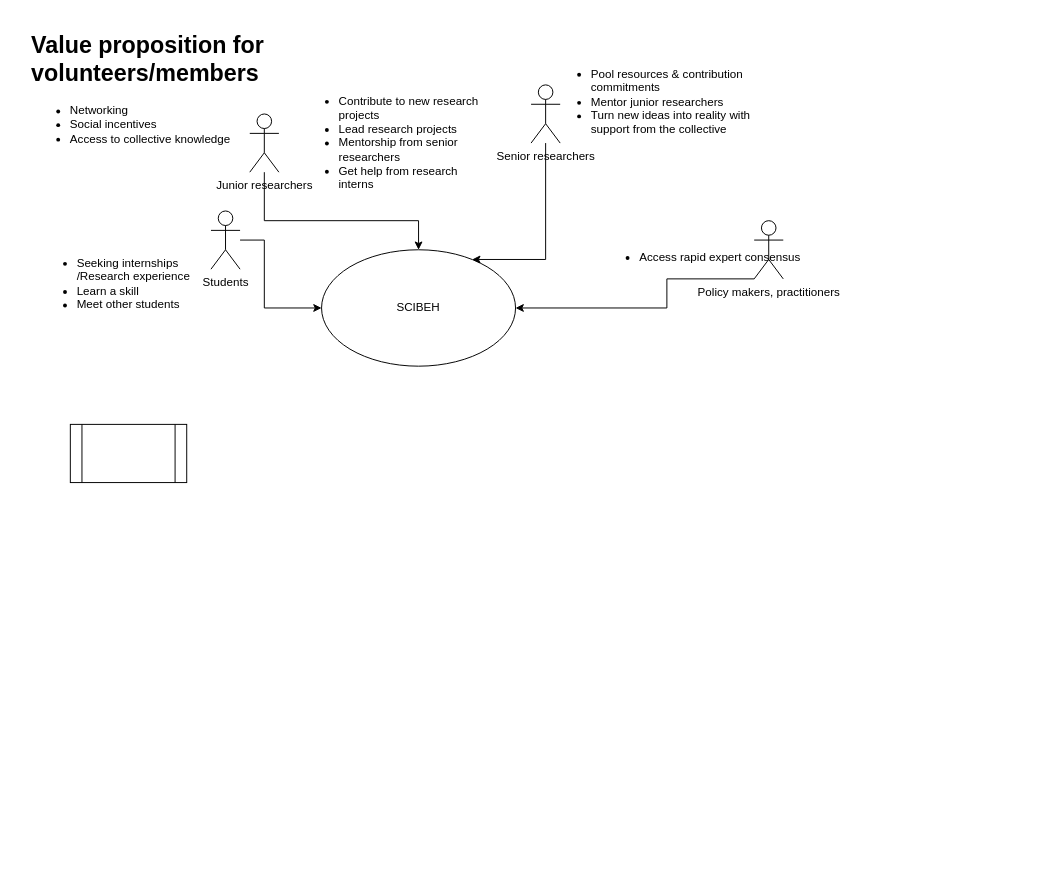
Above: SciBeh_roadmap.drawio in scibeh/publicengagement (draw.io), before the change. Source tidied: cells renumbered, new cells numbered last; positions are measured from the earlier drawing's top-left corner, leaving out a move shared by most shapes. Both pictures are drawn from the tidied source at 97%, with x=0, y=0 at pixel (26, 26).
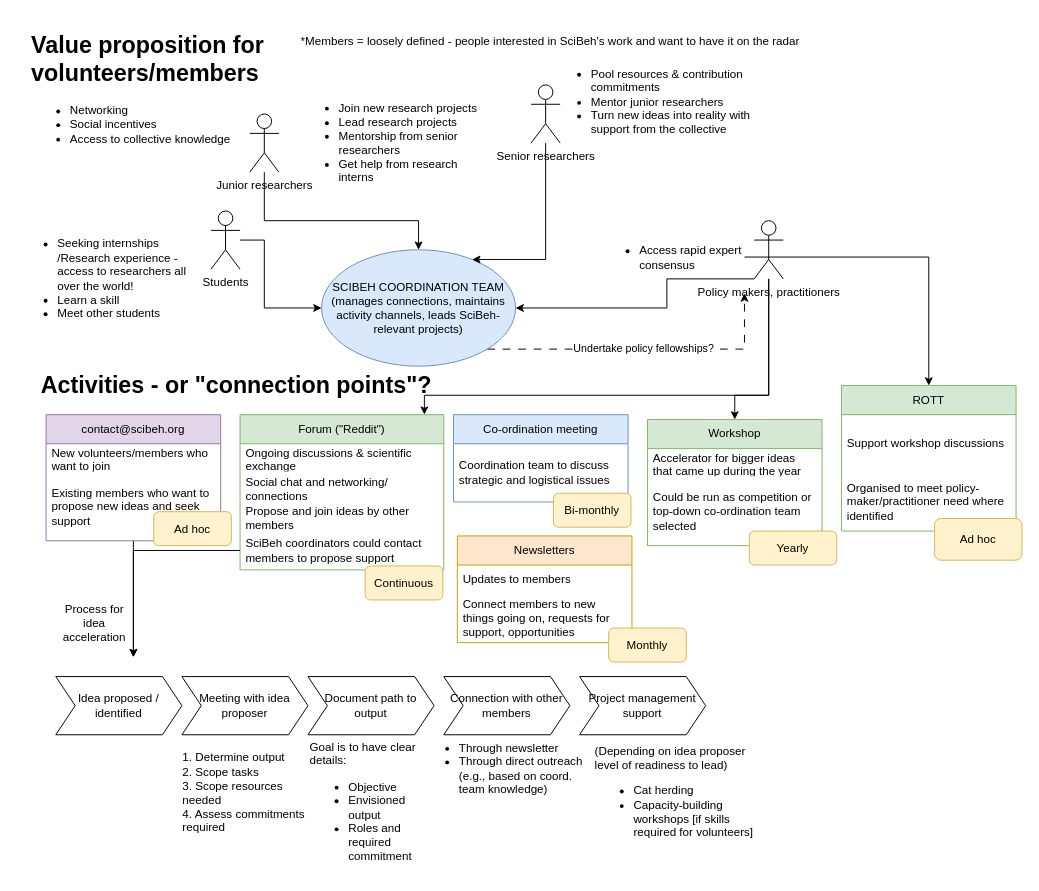
After the change.

Unchanged cells that the change refers to:
```xml
<mxCell id="14" value="Policy makers, practitioners" style="shape=umlActor;verticalLabelPosition=bottom;verticalAlign=top;html=1;outlineConnect=0;" parent="1" vertex="1">
  <mxGeometry x="750" y="200" width="30" height="60" as="geometry" />
</mxCell>
```

What changed in the source:
```diff
@@
+    <mxCell id="17" value="Undertake policy fellowships?" style="edgeStyle=orthogonalEdgeStyle;rounded=0;jettySize=auto;html=1;exitX=1;exitY=1;exitDx=0;exitDy=0;entryX=1;entryY=1;entryDx=0;entryDy=0;dashed=1;dashPattern=8 8;" parent="1" edge="1" source="2" target="15">
+      <mxGeometry relative="1" as="geometry" />
+    </mxCell>
-    <mxCell id="2" value="SCIBEH" style="ellipse;whiteSpace=wrap;html=1;" parent="1" vertex="1">
+    <mxCell id="2" value="SCIBEH COORDINATION TEAM (manages connections, maintains activity channels, leads SciBeh-relevant projects)" style="ellipse;whiteSpace=wrap;html=1;fillColor=#dae8fc;strokeColor=#6c8ebf;" parent="1" vertex="1">
       <mxGeometry x="304" y="230" width="200" height="120" as="geometry" />
     </mxCell>
@@
-    <mxCell id="5" value="&lt;ul&gt;&lt;li&gt;Seeking internships /Research experience&lt;/li&gt;&lt;li&gt;Learn a skill&lt;/li&gt;&lt;li&gt;Meet other students&lt;br&gt;&lt;/li&gt;&lt;/ul&gt;" style="text;html=1;strokeColor=none;fillColor=none;align=left;verticalAlign=middle;whiteSpace=wrap;rounded=0;" parent="1" vertex="1">
-      <mxGeometry x="10" y="220" width="190" height="90" as="geometry" />
+    <mxCell id="5" value="&lt;ul&gt;&lt;li&gt;Seeking internships /Research experience - access to researchers all over the world!&lt;br&gt;&lt;/li&gt;&lt;li&gt;Learn a skill&lt;/li&gt;&lt;li&gt;Meet other students&lt;br&gt;&lt;/li&gt;&lt;/ul&gt;" style="text;html=1;strokeColor=none;fillColor=none;align=left;verticalAlign=middle;whiteSpace=wrap;rounded=0;" parent="1" vertex="1">
+      <mxGeometry x="-10" y="210" width="190" height="100" as="geometry" />
     </mxCell>
@@
-    <mxCell id="10" value="&lt;ul&gt;&lt;li&gt;Contribute to new research projects&lt;/li&gt;&lt;li&gt;Lead research projects&lt;/li&gt;&lt;li&gt;Mentorship from senior researchers&lt;br&gt;&lt;/li&gt;&lt;li&gt;Get help from research interns&lt;br&gt;&lt;/li&gt;&lt;/ul&gt;" style="text;html=1;strokeColor=none;fillColor=none;align=left;verticalAlign=middle;whiteSpace=wrap;rounded=0;" parent="1" vertex="1">
+    <mxCell id="10" value="&lt;ul&gt;&lt;li&gt;Join new research projects&lt;br&gt;&lt;/li&gt;&lt;li&gt;Lead research projects&lt;/li&gt;&lt;li&gt;Mentorship from senior researchers&lt;br&gt;&lt;/li&gt;&lt;li&gt;Get help from research interns&lt;br&gt;&lt;/li&gt;&lt;/ul&gt;" style="text;html=1;strokeColor=none;fillColor=none;align=left;verticalAlign=middle;whiteSpace=wrap;rounded=0;" parent="1" vertex="1">
       <mxGeometry x="280" y="75" width="200" height="90" as="geometry" />
     </mxCell>
     <mxCell id="11" value="&lt;h1&gt;Value proposition for volunteers/members&lt;/h1&gt;&lt;div&gt;&lt;ul&gt;&lt;li&gt;Networking&lt;/li&gt;&lt;li&gt;Social incentives&lt;/li&gt;&lt;li&gt;Access to collective knowledge&lt;br&gt;&lt;/li&gt;&lt;/ul&gt;&lt;/div&gt;" style="text;html=1;strokeColor=none;fillColor=none;spacing=5;spacingTop=-20;whiteSpace=wrap;overflow=hidden;rounded=0;" parent="1" vertex="1">
-      <mxGeometry width="290" height="140" as="geometry" />
+      <mxGeometry width="290" height="130" as="geometry" />
     </mxCell>
@@
+    <mxCell id="18" style="edgeStyle=orthogonalEdgeStyle;rounded=0;jettySize=auto;html=1;" parent="1" edge="1" source="14" target="33">
+      <mxGeometry relative="1" as="geometry">
+        <Array as="points">
+          <mxPoint x="765" y="380" />
+          <mxPoint x="410" y="380" />
+        </Array>
+      </mxGeometry>
+    </mxCell>
@@
+    <mxCell id="19" style="edgeStyle=orthogonalEdgeStyle;rounded=0;jettySize=auto;html=1;entryX=0.5;entryY=0;entryDx=0;entryDy=0;" parent="1" edge="1" source="15" target="49">
+      <mxGeometry relative="1" as="geometry" />
+    </mxCell>
+    <mxCell id="20" style="edgeStyle=orthogonalEdgeStyle;rounded=0;jettySize=auto;html=1;entryX=0.5;entryY=0;entryDx=0;entryDy=0;" parent="1" edge="1" source="14" target="30">
+      <mxGeometry relative="1" as="geometry">
+        <Array as="points">
+          <mxPoint x="765" y="380" />
+          <mxPoint x="730" y="380" />
+        </Array>
+      </mxGeometry>
+    </mxCell>
     <mxCell id="15" value="&lt;ul&gt;&lt;li&gt;Access rapid expert consensus&lt;/li&gt;&lt;/ul&gt;" style="text;html=1;strokeColor=none;fillColor=none;align=left;verticalAlign=middle;whiteSpace=wrap;rounded=0;" parent="1" vertex="1">
-      <mxGeometry x="590" y="200" width="210" height="75" as="geometry" />
+      <mxGeometry x="590" y="200" width="150" height="75" as="geometry" />
     </mxCell>
-    <mxCell id="16" style="shape=process;whiteSpace=wrap;html=1;backgroundOutline=1;" parent="1" vertex="1">
-      <mxGeometry x="45" y="410" width="120" height="60" as="geometry" />
-    </mxCell>
+    <mxCell id="21" value="&lt;h1&gt;Activities - or &quot;connection points&quot;?&lt;br&gt;&lt;/h1&gt;" style="text;html=1;strokeColor=none;fillColor=none;spacing=5;spacingTop=-20;whiteSpace=wrap;overflow=hidden;rounded=0;" parent="1" vertex="1">
+      <mxGeometry x="10" y="350" width="470" height="40" as="geometry" />
+    </mxCell>
+    <mxCell id="22" style="edgeStyle=orthogonalEdgeStyle;rounded=0;jettySize=auto;html=1;" parent="1" edge="1" source="23">
+      <mxGeometry relative="1" as="geometry">
+        <mxPoint x="110" y="650" as="targetPoint" />
+      </mxGeometry>
+    </mxCell>
+    <mxCell id="23" value="contact@scibeh.org" style="swimlane;fontStyle=0;horizontal=1;startSize=30;whiteSpace=wrap;html=1;fillColor=#e1d5e7;strokeColor=#9673a6;" parent="1" vertex="1">
+      <mxGeometry x="20" y="400" width="180" height="130" as="geometry" />
+    </mxCell>
+    <mxCell id="24" value="New volunteers/members who want to join" style="text;strokeColor=none;fillColor=none;align=left;verticalAlign=middle;spacingLeft=4;spacingRight=4;overflow=hidden;whiteSpace=wrap;html=1;" parent="23" vertex="1">
+      <mxGeometry y="30" width="180" height="30" as="geometry" />
+    </mxCell>
+    <mxCell id="25" value="Existing members who want to propose new ideas and seek support" style="text;strokeColor=none;fillColor=none;align=left;verticalAlign=middle;spacingLeft=4;spacingRight=4;overflow=hidden;whiteSpace=wrap;html=1;" parent="23" vertex="1">
+      <mxGeometry y="60" width="180" height="70" as="geometry" />
+    </mxCell>
+    <mxCell id="26" value="Newsletters" style="swimlane;fontStyle=0;horizontal=1;startSize=30;whiteSpace=wrap;html=1;fillColor=#ffe6cc;strokeColor=#d79b00;" parent="1" vertex="1">
+      <mxGeometry x="444" y="525" width="180" height="110" as="geometry" />
+    </mxCell>
+    <mxCell id="27" value="Updates to members" style="text;strokeColor=none;fillColor=none;align=left;verticalAlign=middle;spacingLeft=4;spacingRight=4;overflow=hidden;whiteSpace=wrap;html=1;" parent="26" vertex="1">
+      <mxGeometry y="30" width="180" height="30" as="geometry" />
+    </mxCell>
+    <mxCell id="28" value="Connect members to new things going on, requests for support, opportunities" style="text;strokeColor=none;fillColor=none;align=left;verticalAlign=middle;spacingLeft=4;spacingRight=4;overflow=hidden;whiteSpace=wrap;html=1;" parent="26" vertex="1">
+      <mxGeometry y="60" width="180" height="50" as="geometry" />
+    </mxCell>
+    <mxCell id="29" value="*Members = loosely defined - people interested in SciBeh's work and want to have it on the radar" style="text;html=1;strokeColor=none;fillColor=none;align=center;verticalAlign=middle;whiteSpace=wrap;rounded=0;" parent="1" vertex="1">
+      <mxGeometry x="270" width="540" height="30" as="geometry" />
+    </mxCell>
+    <mxCell id="30" value="Workshop" style="swimlane;fontStyle=0;horizontal=1;startSize=30;whiteSpace=wrap;html=1;fillColor=#d5e8d4;strokeColor=#82b366;" parent="1" vertex="1">
+      <mxGeometry x="640" y="405" width="180" height="130" as="geometry" />
+    </mxCell>
+    <mxCell id="31" value="Accelerator for bigger ideas that came up during the year" style="text;strokeColor=none;fillColor=none;align=left;verticalAlign=middle;spacingLeft=4;spacingRight=4;overflow=hidden;whiteSpace=wrap;html=1;" parent="30" vertex="1">
+      <mxGeometry y="30" width="180" height="30" as="geometry" />
+    </mxCell>
+    <mxCell id="32" value="Could be run as competition or top-down co-ordination team selected" style="text;strokeColor=none;fillColor=none;align=left;verticalAlign=middle;spacingLeft=4;spacingRight=4;overflow=hidden;whiteSpace=wrap;html=1;" parent="30" vertex="1">
+      <mxGeometry y="60" width="180" height="70" as="geometry" />
+    </mxCell>
+    <mxCell id="33" value="Forum (&quot;Reddit&quot;)" style="swimlane;fontStyle=0;horizontal=1;startSize=30;whiteSpace=wrap;html=1;fillColor=#d5e8d4;strokeColor=#82b366;" parent="1" vertex="1">
+      <mxGeometry x="220" y="400" width="210" height="160" as="geometry" />
+    </mxCell>
+    <mxCell id="34" value="Ongoing discussions &amp;amp; scientific exchange" style="text;strokeColor=none;fillColor=none;align=left;verticalAlign=middle;spacingLeft=4;spacingRight=4;overflow=hidden;whiteSpace=wrap;html=1;" parent="33" vertex="1">
+      <mxGeometry y="30" width="210" height="30" as="geometry" />
+    </mxCell>
+    <mxCell id="35" value="Social chat and networking/ connections" style="text;strokeColor=none;fillColor=none;align=left;verticalAlign=middle;spacingLeft=4;spacingRight=4;overflow=hidden;whiteSpace=wrap;html=1;" parent="33" vertex="1">
+      <mxGeometry y="60" width="210" height="30" as="geometry" />
+    </mxCell>
+    <mxCell id="36" value="Propose and join ideas by other members" style="text;strokeColor=none;fillColor=none;align=left;verticalAlign=middle;spacingLeft=4;spacingRight=4;overflow=hidden;whiteSpace=wrap;html=1;" parent="33" vertex="1">
+      <mxGeometry y="90" width="210" height="30" as="geometry" />
+    </mxCell>
+    <mxCell id="37" style="edgeStyle=orthogonalEdgeStyle;rounded=0;jettySize=auto;html=1;exitX=0;exitY=0.5;exitDx=0;exitDy=0;" parent="33" edge="1" source="38">
+      <mxGeometry relative="1" as="geometry">
+        <mxPoint x="-110" y="250" as="targetPoint" />
+        <Array as="points">
+          <mxPoint x="-110" y="140" />
+        </Array>
+      </mxGeometry>
+    </mxCell>
+    <mxCell id="38" value="SciBeh coordinators could contact members to propose support" style="text;strokeColor=none;fillColor=none;align=left;verticalAlign=middle;spacingLeft=4;spacingRight=4;overflow=hidden;points=[[0,0.5],[1,0.5]];portConstraint=eastwest;whiteSpace=wrap;html=1;" parent="33" vertex="1">
+      <mxGeometry y="120" width="210" height="40" as="geometry" />
+    </mxCell>
+    <mxCell id="39" value="Ad hoc" style="rounded=1;whiteSpace=wrap;html=1;fillColor=#fff2cc;strokeColor=#d6b656;" parent="1" vertex="1">
+      <mxGeometry x="131" y="500" width="80" height="35" as="geometry" />
+    </mxCell>
+    <mxCell id="40" value="Monthly" style="rounded=1;whiteSpace=wrap;html=1;fillColor=#fff2cc;strokeColor=#d6b656;" parent="1" vertex="1">
+      <mxGeometry x="600" y="620" width="80" height="35" as="geometry" />
+    </mxCell>
+    <mxCell id="41" value="Continuous" style="rounded=1;whiteSpace=wrap;html=1;fillColor=#fff2cc;strokeColor=#d6b656;" parent="1" vertex="1">
+      <mxGeometry x="349" y="556" width="80" height="35" as="geometry" />
+    </mxCell>
+    <mxCell id="42" value="Co-ordination meeting" style="swimlane;fontStyle=0;horizontal=1;startSize=30;whiteSpace=wrap;html=1;fillColor=#dae8fc;strokeColor=#6c8ebf;" parent="1" vertex="1">
+      <mxGeometry x="440" y="400" width="180" height="90" as="geometry" />
+    </mxCell>
+    <mxCell id="43" value="Coordination team to discuss strategic and logistical issues" style="text;strokeColor=none;fillColor=none;align=left;verticalAlign=middle;spacingLeft=4;spacingRight=4;overflow=hidden;whiteSpace=wrap;html=1;" parent="42" vertex="1">
+      <mxGeometry y="30" width="180" height="60" as="geometry" />
+    </mxCell>
+    <mxCell id="44" value="Bi-monthly" style="rounded=1;whiteSpace=wrap;html=1;fillColor=#fff2cc;strokeColor=#d6b656;" parent="1" vertex="1">
+      <mxGeometry x="543" y="481" width="80" height="35" as="geometry" />
+    </mxCell>
+    <mxCell id="45" value="Idea proposed / identified" style="shape=step;perimeter=stepPerimeter;whiteSpace=wrap;html=1;fixedSize=1;" parent="1" vertex="1">
+      <mxGeometry x="30" y="670" width="130" height="60" as="geometry" />
+    </mxCell>
+    <mxCell id="46" value="Meeting with idea proposer" style="shape=step;perimeter=stepPerimeter;whiteSpace=wrap;html=1;fixedSize=1;" parent="1" vertex="1">
+      <mxGeometry x="160" y="670" width="130" height="60" as="geometry" />
+    </mxCell>
+    <mxCell id="47" value="Document path to output" style="shape=step;perimeter=stepPerimeter;whiteSpace=wrap;html=1;fixedSize=1;" parent="1" vertex="1">
+      <mxGeometry x="290" y="670" width="130" height="60" as="geometry" />
+    </mxCell>
+    <mxCell id="48" value="Process for idea acceleration" style="text;html=1;strokeColor=none;fillColor=none;align=center;verticalAlign=middle;whiteSpace=wrap;rounded=0;" parent="1" vertex="1">
+      <mxGeometry x="40" y="600" width="60" height="30" as="geometry" />
+    </mxCell>
+    <mxCell id="49" value="ROTT" style="swimlane;fontStyle=0;horizontal=1;startSize=30;whiteSpace=wrap;html=1;fillColor=#d5e8d4;strokeColor=#82b366;" parent="1" vertex="1">
+      <mxGeometry x="840" y="370" width="180" height="150" as="geometry" />
+    </mxCell>
+    <mxCell id="50" value="&lt;div&gt;Support workshop discussions&lt;/div&gt;" style="text;strokeColor=none;fillColor=none;align=left;verticalAlign=middle;spacingLeft=4;spacingRight=4;overflow=hidden;whiteSpace=wrap;html=1;" parent="49" vertex="1">
+      <mxGeometry y="30" width="180" height="60" as="geometry" />
+    </mxCell>
+    <mxCell id="51" value="Organised to meet policy-maker/practitioner need where identified" style="text;strokeColor=none;fillColor=none;align=left;verticalAlign=middle;spacingLeft=4;spacingRight=4;overflow=hidden;whiteSpace=wrap;html=1;" parent="49" vertex="1">
+      <mxGeometry y="90" width="180" height="60" as="geometry" />
+    </mxCell>
+    <mxCell id="52" value="Yearly" style="rounded=1;whiteSpace=wrap;html=1;fillColor=#fff2cc;strokeColor=#d6b656;" parent="1" vertex="1">
+      <mxGeometry x="745" y="520" width="90" height="35" as="geometry" />
+    </mxCell>
+    <mxCell id="53" value="Ad hoc" style="rounded=1;whiteSpace=wrap;html=1;fillColor=#fff2cc;strokeColor=#d6b656;" parent="1" vertex="1">
+      <mxGeometry x="936" y="507" width="90" height="43" as="geometry" />
+    </mxCell>
+    <mxCell id="54" value="&lt;div align=&quot;left&quot;&gt;1. Determine output&lt;/div&gt;&lt;div align=&quot;left&quot;&gt;2. Scope tasks&lt;/div&gt;&lt;div align=&quot;left&quot;&gt;3. Scope resources needed&lt;/div&gt;&lt;div align=&quot;left&quot;&gt;4. Assess commitments required&lt;br&gt;&lt;/div&gt;" style="text;html=1;strokeColor=none;fillColor=none;align=center;verticalAlign=middle;whiteSpace=wrap;rounded=0;" parent="1" vertex="1">
+      <mxGeometry x="160" y="760" width="130" height="60" as="geometry" />
+    </mxCell>
+    <mxCell id="55" value="&lt;ul&gt;&lt;li&gt;Through newsletter&lt;/li&gt;&lt;li&gt;Through direct outreach (e.g., based on coord. team knowledge)&lt;/li&gt;&lt;/ul&gt;" style="text;html=1;strokeColor=none;fillColor=none;align=left;verticalAlign=middle;whiteSpace=wrap;rounded=0;" parent="1" vertex="1">
+      <mxGeometry x="404" y="720" width="180" height="90" as="geometry" />
+    </mxCell>
+    <mxCell id="56" value="Connection with other members" style="shape=step;perimeter=stepPerimeter;whiteSpace=wrap;html=1;fixedSize=1;" parent="1" vertex="1">
+      <mxGeometry x="430" y="670" width="130" height="60" as="geometry" />
+    </mxCell>
+    <mxCell id="57" value="&lt;div&gt;Goal is to have clear details:&lt;/div&gt;&lt;div&gt;&lt;ul&gt;&lt;li&gt;Objective&lt;/li&gt;&lt;li&gt;Envisioned output&lt;/li&gt;&lt;li&gt;Roles and required commitment&lt;br&gt;&lt;/li&gt;&lt;/ul&gt;&lt;/div&gt;" style="text;html=1;strokeColor=none;fillColor=none;align=left;verticalAlign=middle;whiteSpace=wrap;rounded=0;" parent="1" vertex="1">
+      <mxGeometry x="290" y="760" width="130" height="90" as="geometry" />
+    </mxCell>
+    <mxCell id="58" value="Project management support" style="shape=step;perimeter=stepPerimeter;whiteSpace=wrap;html=1;fixedSize=1;" parent="1" vertex="1">
+      <mxGeometry x="570" y="670" width="130" height="60" as="geometry" />
+    </mxCell>
+    <mxCell id="59" value="(Depending on idea proposer level of readiness to lead)&lt;br&gt;&lt;ul&gt;&lt;li&gt;Cat herding&lt;/li&gt;&lt;li&gt;Capacity-building workshops [if skills required for volunteers]&lt;/li&gt;&lt;/ul&gt;" style="text;html=1;strokeColor=none;fillColor=none;align=left;verticalAlign=middle;whiteSpace=wrap;rounded=0;" parent="1" vertex="1">
+      <mxGeometry x="584" y="750" width="180" height="90" as="geometry" />
+    </mxCell>
```
